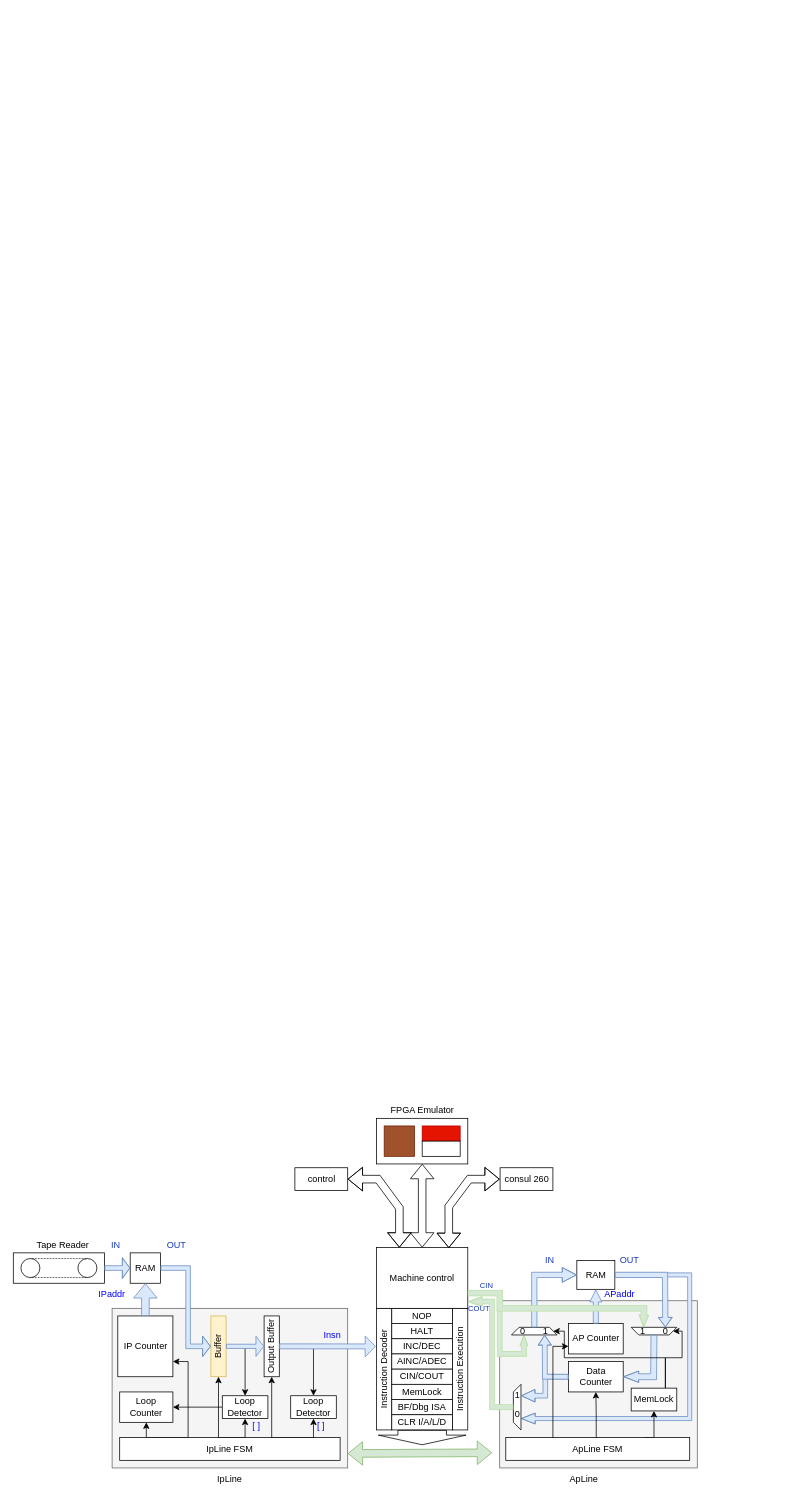
Before: page "DekatronPC" (1 of 6) of doc/DekatronPC.drawio in radiolok/dekatronpc, a draw.io diagram. Source tidied: cells renumbered, new cells numbered last; positions are measured from the earlier drawing's top-left corner, leaving out a move shared by most shapes. Both pictures are drawn from the tidied source at 76%, with x=0, y=0 at pixel (13, 1103).
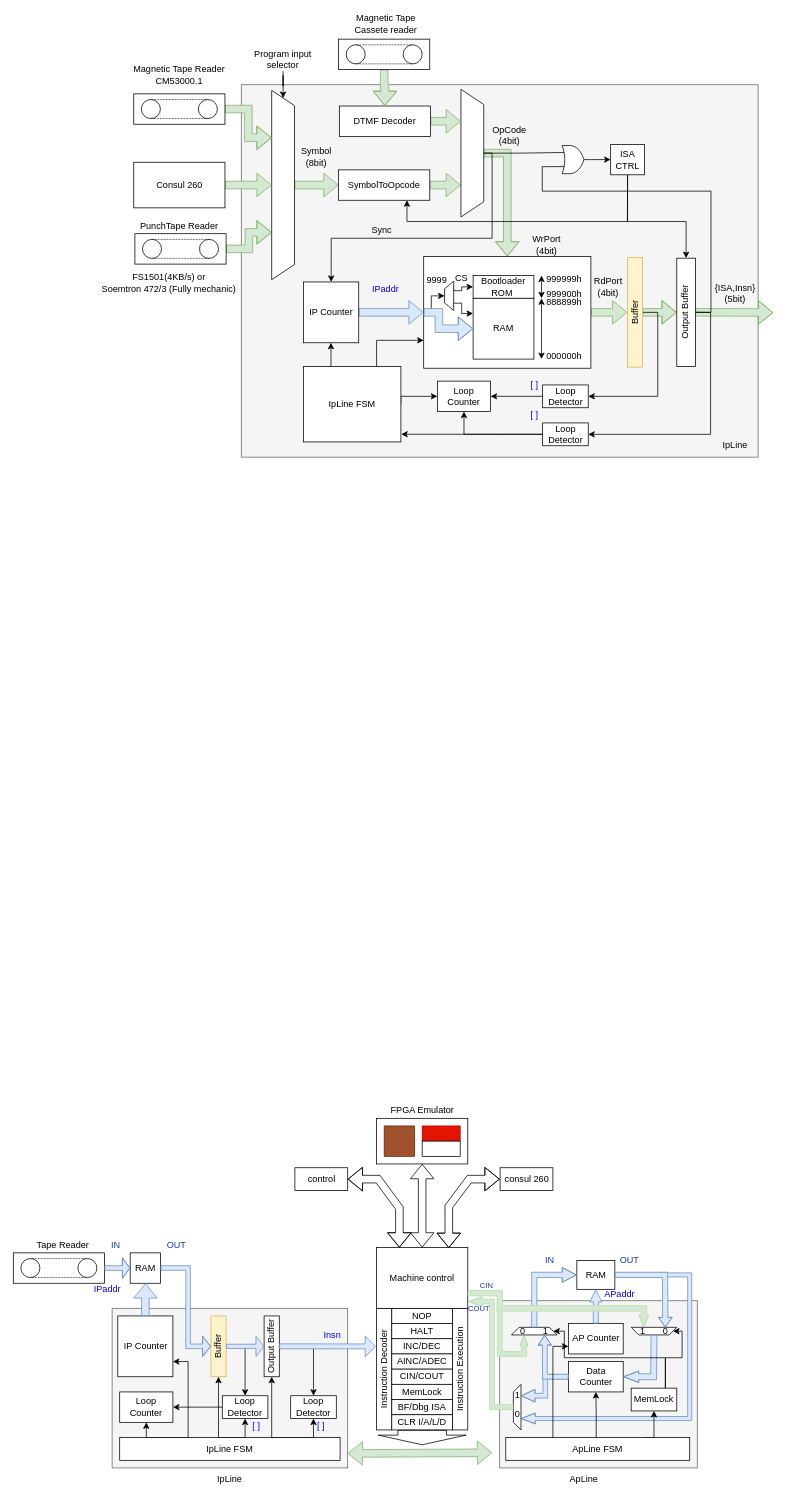
Above is the later version.

Change to the diagram source:
```diff
@@
+    <mxCell id="93" style="rounded=0;whiteSpace=wrap;html=1;fillColor=#f5f5f5;fontColor=#333333;strokeColor=#666666;" parent="1" vertex="1">
+      <mxGeometry x="300" y="-1340" width="680" height="490" as="geometry" />
+    </mxCell>
+    <mxCell id="94" style="edgeStyle=orthogonalEdgeStyle;rounded=0;jettySize=auto;html=1;exitX=1;exitY=0.5;exitDx=0;exitDy=0;fillColor=#d5e8d4;strokeColor=#82b366;shape=flexArrow;" parent="1" edge="1" source="95" target="148">
+      <mxGeometry relative="1" as="geometry" />
+    </mxCell>
+    <mxCell id="95" style="rounded=0;whiteSpace=wrap;html=1;" parent="1" vertex="1">
+      <mxGeometry x="540" y="-1114" width="220" height="147" as="geometry" />
+    </mxCell>
@@
     <mxCell id="27" value="IPaddr" style="text;html=1;strokeColor=none;fillColor=none;align=center;verticalAlign=middle;whiteSpace=wrap;rounded=0;fontColor=#0000FF;" parent="1" vertex="1">
-      <mxGeometry x="100" y="237" width="60" height="30" as="geometry" />
+      <mxGeometry x="93.8" y="230" width="60" height="30" as="geometry" />
     </mxCell>
@@
+    <mxCell id="96" value="Bootloader ROM&amp;nbsp;" style="rounded=0;whiteSpace=wrap;html=1;" parent="1" vertex="1">
+      <mxGeometry x="605" y="-1089" width="80" height="30" as="geometry" />
+    </mxCell>
+    <mxCell id="97" style="edgeStyle=orthogonalEdgeStyle;rounded=0;jettySize=auto;html=1;entryX=0.75;entryY=1;entryDx=0;entryDy=0;shape=flexArrow;fillColor=#d5e8d4;strokeColor=#82b366;" parent="1" edge="1" source="98" target="124">
+      <mxGeometry relative="1" as="geometry" />
+    </mxCell>
+    <mxCell id="98" style="verticalLabelPosition=bottom;outlineConnect=0;align=center;dashed=0;html=1;verticalAlign=top;shape=mxgraph.pid.misc.conveyor_(chain,_closed);" parent="1" vertex="1">
+      <mxGeometry x="160" y="-1144" width="120" height="40" as="geometry" />
+    </mxCell>
+    <mxCell id="99" value="Magnetic Tape Cassete reader" style="text;html=1;strokeColor=none;fillColor=none;align=center;verticalAlign=middle;whiteSpace=wrap;rounded=0;" parent="1" vertex="1">
+      <mxGeometry x="428" y="-1430" width="124.5" height="20" as="geometry" />
+    </mxCell>
+    <mxCell id="100" value="IpLine" style="text;html=1;strokeColor=none;fillColor=none;align=center;verticalAlign=middle;whiteSpace=wrap;rounded=0;" parent="1" vertex="1">
+      <mxGeometry x="920" y="-880" width="60" height="30" as="geometry" />
+    </mxCell>
+    <mxCell id="101" value="RAM" style="rounded=0;whiteSpace=wrap;html=1;" parent="1" vertex="1">
+      <mxGeometry x="605" y="-1059" width="80" height="80" as="geometry" />
+    </mxCell>
+    <mxCell id="102" style="endArrow=classic;startArrow=classic;html=1;rounded=0;" parent="1" edge="1">
+      <mxGeometry relative="1" as="geometry">
+        <mxPoint x="695" y="-979" as="sourcePoint" />
+        <mxPoint x="695" y="-1059" as="targetPoint" />
+      </mxGeometry>
+    </mxCell>
+    <mxCell id="103" style="endArrow=classic;startArrow=classic;html=1;rounded=0;" parent="1" edge="1">
+      <mxGeometry relative="1" as="geometry">
+        <mxPoint x="695" y="-1059" as="sourcePoint" />
+        <mxPoint x="695" y="-1089" as="targetPoint" />
+      </mxGeometry>
+    </mxCell>
+    <mxCell id="104" value="000000h" style="text;html=1;strokeColor=none;fillColor=none;align=center;verticalAlign=middle;whiteSpace=wrap;rounded=0;" parent="1" vertex="1">
+      <mxGeometry x="695" y="-997" width="60" height="30" as="geometry" />
+    </mxCell>
+    <mxCell id="105" value="999900h" style="text;html=1;strokeColor=none;fillColor=none;align=center;verticalAlign=middle;whiteSpace=wrap;rounded=0;" parent="1" vertex="1">
+      <mxGeometry x="695" y="-1079" width="60" height="30" as="geometry" />
+    </mxCell>
+    <mxCell id="106" value="888899h" style="text;html=1;strokeColor=none;fillColor=none;align=center;verticalAlign=middle;whiteSpace=wrap;rounded=0;" parent="1" vertex="1">
+      <mxGeometry x="695" y="-1069" width="60" height="30" as="geometry" />
+    </mxCell>
+    <mxCell id="107" value="999999h" style="text;html=1;strokeColor=none;fillColor=none;align=center;verticalAlign=middle;whiteSpace=wrap;rounded=0;" parent="1" vertex="1">
+      <mxGeometry x="695" y="-1099" width="60" height="30" as="geometry" />
+    </mxCell>
+    <mxCell id="108" style="edgeStyle=orthogonalEdgeStyle;rounded=0;jettySize=auto;html=1;exitX=1;exitY=0.5;exitDx=0;exitDy=0;entryX=0;entryY=0.5;entryDx=0;entryDy=0;shape=flexArrow;fillColor=#dae8fc;strokeColor=#6c8ebf;" parent="1" edge="1" source="109" target="95">
+      <mxGeometry relative="1" as="geometry" />
+    </mxCell>
+    <mxCell id="109" value="IP Counter" style="rounded=0;whiteSpace=wrap;html=1;" parent="1" vertex="1">
+      <mxGeometry x="382" y="-1080.5" width="72.5" height="80" as="geometry" />
+    </mxCell>
+    <mxCell id="110" style="edgeStyle=orthogonalEdgeStyle;rounded=0;jettySize=auto;html=1;exitX=0.75;exitY=1;exitDx=0;exitDy=0;" parent="1" edge="1" source="112" target="96">
+      <mxGeometry relative="1" as="geometry">
+        <Array as="points">
+          <mxPoint x="590" y="-1069" />
+          <mxPoint x="590" y="-1074" />
+        </Array>
+      </mxGeometry>
+    </mxCell>
+    <mxCell id="111" style="edgeStyle=orthogonalEdgeStyle;rounded=0;jettySize=auto;html=1;exitX=0.25;exitY=1;exitDx=0;exitDy=0;entryX=0;entryY=0.25;entryDx=0;entryDy=0;" parent="1" edge="1" source="112" target="101">
+      <mxGeometry relative="1" as="geometry">
+        <Array as="points">
+          <mxPoint x="590" y="-1053" />
+          <mxPoint x="590" y="-1039" />
+        </Array>
+      </mxGeometry>
+    </mxCell>
+    <mxCell id="112" style="shape=trapezoid;perimeter=trapezoidPerimeter;whiteSpace=wrap;html=1;fixedSize=1;size=10;rotation=-90;" parent="1" vertex="1">
+      <mxGeometry x="554.2" y="-1068.2" width="38.5" height="12" as="geometry" />
+    </mxCell>
+    <mxCell id="113" value="CS" style="text;html=1;strokeColor=none;fillColor=none;align=center;verticalAlign=middle;whiteSpace=wrap;rounded=0;" parent="1" vertex="1">
+      <mxGeometry x="580" y="-1090.5" width="20" height="10" as="geometry" />
+    </mxCell>
+    <mxCell id="114" value="IPaddr" style="text;html=1;strokeColor=none;fillColor=none;align=center;verticalAlign=middle;whiteSpace=wrap;rounded=0;fontColor=#0000FF;" parent="1" vertex="1">
+      <mxGeometry x="460.2" y="-1086.2" width="60" height="30" as="geometry" />
+    </mxCell>
+    <mxCell id="115" style="edgeStyle=orthogonalEdgeStyle;rounded=0;jettySize=auto;html=1;exitX=0;exitY=0.5;exitDx=0;exitDy=0;entryX=0.5;entryY=0;entryDx=0;entryDy=0;" parent="1" edge="1" source="95" target="112">
+      <mxGeometry relative="1" as="geometry">
+        <Array as="points">
+          <mxPoint x="550" y="-1040" />
+          <mxPoint x="550" y="-1062" />
+        </Array>
+      </mxGeometry>
+    </mxCell>
+    <mxCell id="116" style="edgeStyle=orthogonalEdgeStyle;rounded=0;jettySize=auto;html=1;exitX=0;exitY=0.5;exitDx=0;exitDy=0;entryX=0;entryY=0.5;entryDx=0;entryDy=0;shape=flexArrow;fillColor=#dae8fc;strokeColor=#6c8ebf;" parent="1" edge="1" source="95" target="101">
+      <mxGeometry relative="1" as="geometry">
+        <Array as="points">
+          <mxPoint x="560" y="-1040" />
+          <mxPoint x="560" y="-1019" />
+        </Array>
+      </mxGeometry>
+    </mxCell>
+    <mxCell id="117" value="9999" style="text;html=1;strokeColor=none;fillColor=none;align=center;verticalAlign=middle;whiteSpace=wrap;rounded=0;" parent="1" vertex="1">
+      <mxGeometry x="545" y="-1089" width="25" height="12" as="geometry" />
+    </mxCell>
+    <mxCell id="118" value="Sync" style="text;html=1;strokeColor=none;fillColor=none;align=center;verticalAlign=middle;whiteSpace=wrap;rounded=0;" parent="1" vertex="1">
+      <mxGeometry x="454.5" y="-1164" width="60" height="30" as="geometry" />
+    </mxCell>
+    <mxCell id="119" value="Symbol&lt;br&gt;(8bit)" style="text;html=1;strokeColor=none;fillColor=none;align=center;verticalAlign=middle;whiteSpace=wrap;rounded=0;" parent="1" vertex="1">
+      <mxGeometry x="369" y="-1260" width="60" height="30" as="geometry" />
+    </mxCell>
+    <mxCell id="120" style="edgeStyle=orthogonalEdgeStyle;rounded=0;jettySize=auto;html=1;exitX=1;exitY=0.5;exitDx=0;exitDy=0;entryX=0.75;entryY=1;entryDx=0;entryDy=0;shape=flexArrow;fillColor=#d5e8d4;strokeColor=#82b366;" parent="1" edge="1" source="121" target="134">
+      <mxGeometry relative="1" as="geometry" />
+    </mxCell>
+    <mxCell id="121" value="SymbolToOpcode" style="rounded=0;whiteSpace=wrap;html=1;" parent="1" vertex="1">
+      <mxGeometry x="428" y="-1228" width="120" height="40" as="geometry" />
+    </mxCell>
+    <mxCell id="122" value="OpCode&lt;br&gt;(4bit)" style="text;html=1;strokeColor=none;fillColor=none;align=center;verticalAlign=middle;whiteSpace=wrap;rounded=0;" parent="1" vertex="1">
+      <mxGeometry x="623.2" y="-1288" width="60" height="30" as="geometry" />
+    </mxCell>
+    <mxCell id="123" style="edgeStyle=orthogonalEdgeStyle;rounded=0;jettySize=auto;html=1;exitX=0.5;exitY=0;exitDx=0;exitDy=0;shape=flexArrow;fillColor=#d5e8d4;strokeColor=#82b366;" parent="1" edge="1" source="124" target="121">
+      <mxGeometry relative="1" as="geometry" />
+    </mxCell>
+    <mxCell id="124" style="shape=trapezoid;perimeter=trapezoidPerimeter;whiteSpace=wrap;html=1;fixedSize=1;rotation=90;" parent="1" vertex="1">
+      <mxGeometry x="230.5" y="-1223" width="249" height="30" as="geometry" />
+    </mxCell>
+    <mxCell id="125" style="edgeStyle=orthogonalEdgeStyle;rounded=0;jettySize=auto;html=1;exitX=1;exitY=0.5;exitDx=0;exitDy=0;entryX=0.5;entryY=1;entryDx=0;entryDy=0;shape=flexArrow;fillColor=#d5e8d4;strokeColor=#82b366;" parent="1" edge="1" source="126" target="124">
+      <mxGeometry relative="1" as="geometry" />
+    </mxCell>
+    <mxCell id="126" value="Consul 260" style="rounded=0;whiteSpace=wrap;html=1;" parent="1" vertex="1">
+      <mxGeometry x="158.5" y="-1238" width="120" height="60" as="geometry" />
+    </mxCell>
+    <mxCell id="127" value="WrPort&lt;br&gt;(4bit)" style="text;html=1;strokeColor=none;fillColor=none;align=center;verticalAlign=middle;whiteSpace=wrap;rounded=0;" parent="1" vertex="1">
+      <mxGeometry x="672" y="-1144" width="60" height="30" as="geometry" />
+    </mxCell>
+    <mxCell id="128" value="FS1501(4KB/s) or&lt;br&gt;Soemtron 472/3 (Fully mechanic)" style="text;html=1;strokeColor=none;fillColor=none;align=center;verticalAlign=middle;whiteSpace=wrap;rounded=0;" parent="1" vertex="1">
+      <mxGeometry x="100" y="-1117" width="210" height="76" as="geometry" />
+    </mxCell>
+    <mxCell id="129" style="edgeStyle=orthogonalEdgeStyle;rounded=0;jettySize=auto;html=1;entryX=0;entryY=0.5;entryDx=0;entryDy=0;" parent="1" edge="1" source="130" target="124">
+      <mxGeometry relative="1" as="geometry" />
+    </mxCell>
+    <mxCell id="130" value="Program input selector" style="text;html=1;strokeColor=none;fillColor=none;align=center;verticalAlign=middle;whiteSpace=wrap;rounded=0;" parent="1" vertex="1">
+      <mxGeometry x="301" y="-1388" width="108" height="30" as="geometry" />
+    </mxCell>
+    <mxCell id="131" style="edgeStyle=orthogonalEdgeStyle;rounded=0;jettySize=auto;html=1;exitX=0.5;exitY=0;exitDx=0;exitDy=0;entryX=0.5;entryY=0;entryDx=0;entryDy=0;shape=flexArrow;fillColor=#d5e8d4;strokeColor=#82b366;" parent="1" edge="1" source="134" target="95">
+      <mxGeometry relative="1" as="geometry" />
+    </mxCell>
+    <mxCell id="132" style="edgeStyle=orthogonalEdgeStyle;rounded=0;jettySize=auto;html=1;exitX=0.5;exitY=0;exitDx=0;exitDy=0;entryX=0.5;entryY=0;entryDx=0;entryDy=0;" parent="1" edge="1" source="134" target="109">
+      <mxGeometry relative="1" as="geometry">
+        <Array as="points">
+          <mxPoint x="630" y="-1250" />
+          <mxPoint x="630" y="-1138" />
+          <mxPoint x="418" y="-1138" />
+        </Array>
+      </mxGeometry>
+    </mxCell>
+    <mxCell id="133" style="edgeStyle=orthogonalEdgeStyle;rounded=0;jettySize=auto;html=1;exitX=0.5;exitY=0;exitDx=0;exitDy=0;entryX=0;entryY=0.25;entryDx=0;entryDy=0;entryPerimeter=0;endArrow=none;endFill=0;" parent="1" edge="1" source="134" target="168">
+      <mxGeometry relative="1" as="geometry" />
+    </mxCell>
+    <mxCell id="134" style="shape=trapezoid;perimeter=trapezoidPerimeter;whiteSpace=wrap;html=1;fixedSize=1;rotation=90;" parent="1" vertex="1">
+      <mxGeometry x="520" y="-1265" width="168" height="30" as="geometry" />
+    </mxCell>
+    <mxCell id="135" style="edgeStyle=orthogonalEdgeStyle;rounded=0;jettySize=auto;html=1;exitX=1;exitY=0.5;exitDx=0;exitDy=0;entryX=0.25;entryY=1;entryDx=0;entryDy=0;fillColor=#d5e8d4;strokeColor=#82b366;shape=flexArrow;" parent="1" edge="1" source="136" target="134">
+      <mxGeometry relative="1" as="geometry" />
+    </mxCell>
+    <mxCell id="136" value="DTMF Decoder" style="rounded=0;whiteSpace=wrap;html=1;" parent="1" vertex="1">
+      <mxGeometry x="429" y="-1312" width="120" height="40" as="geometry" />
+    </mxCell>
+    <mxCell id="137" style="edgeStyle=orthogonalEdgeStyle;rounded=0;jettySize=auto;html=1;shape=flexArrow;fillColor=#d5e8d4;strokeColor=#82b366;" parent="1" edge="1" source="138" target="136">
+      <mxGeometry relative="1" as="geometry" />
+    </mxCell>
+    <mxCell id="138" style="verticalLabelPosition=bottom;outlineConnect=0;align=center;dashed=0;html=1;verticalAlign=top;shape=mxgraph.pid.misc.conveyor_(chain,_closed);" parent="1" vertex="1">
+      <mxGeometry x="428" y="-1400" width="120" height="40" as="geometry" />
+    </mxCell>
+    <mxCell id="139" value="PunchTape Reader" style="text;html=1;strokeColor=none;fillColor=none;align=center;verticalAlign=middle;whiteSpace=wrap;rounded=0;" parent="1" vertex="1">
+      <mxGeometry x="166" y="-1164" width="105" height="20" as="geometry" />
+    </mxCell>
+    <mxCell id="140" style="edgeStyle=orthogonalEdgeStyle;rounded=0;jettySize=auto;html=1;entryX=0.25;entryY=1;entryDx=0;entryDy=0;shape=flexArrow;fillColor=#d5e8d4;strokeColor=#82b366;" parent="1" edge="1" source="141" target="124">
+      <mxGeometry relative="1" as="geometry" />
+    </mxCell>
+    <mxCell id="141" style="verticalLabelPosition=bottom;outlineConnect=0;align=center;dashed=0;html=1;verticalAlign=top;shape=mxgraph.pid.misc.conveyor_(chain,_closed);" parent="1" vertex="1">
+      <mxGeometry x="158.5" y="-1328" width="120" height="40" as="geometry" />
+    </mxCell>
+    <mxCell id="142" value="Magnetic Tape Reader&lt;br&gt;CM53000.1" style="text;html=1;strokeColor=none;fillColor=none;align=center;verticalAlign=middle;whiteSpace=wrap;rounded=0;" parent="1" vertex="1">
+      <mxGeometry x="137" y="-1368" width="163" height="30" as="geometry" />
+    </mxCell>
+    <mxCell id="143" style="edgeStyle=orthogonalEdgeStyle;rounded=0;jettySize=auto;html=1;exitX=0.5;exitY=1;exitDx=0;exitDy=0;entryX=0.75;entryY=1;entryDx=0;entryDy=0;" parent="1" edge="1" source="145" target="121">
+      <mxGeometry relative="1" as="geometry">
+        <Array as="points">
+          <mxPoint x="808" y="-1230" />
+          <mxPoint x="808" y="-1230" />
+          <mxPoint x="808" y="-1160" />
+          <mxPoint x="518" y="-1160" />
+        </Array>
+      </mxGeometry>
+    </mxCell>
+    <mxCell id="144" style="edgeStyle=orthogonalEdgeStyle;rounded=0;jettySize=auto;html=1;exitX=0.5;exitY=1;exitDx=0;exitDy=0;entryX=0.5;entryY=0;entryDx=0;entryDy=0;" parent="1" edge="1" source="145" target="153">
+      <mxGeometry relative="1" as="geometry">
+        <Array as="points">
+          <mxPoint x="808" y="-1160" />
+          <mxPoint x="885" y="-1160" />
+        </Array>
+      </mxGeometry>
+    </mxCell>
+    <mxCell id="145" value="ISA CTRL" style="rounded=0;whiteSpace=wrap;html=1;" parent="1" vertex="1">
+      <mxGeometry x="786" y="-1261.5" width="44.5" height="40" as="geometry" />
+    </mxCell>
+    <mxCell id="146" style="edgeStyle=orthogonalEdgeStyle;rounded=0;jettySize=auto;html=1;exitX=1;exitY=0.5;exitDx=0;exitDy=0;fillColor=#d5e8d4;strokeColor=#82b366;shape=flexArrow;" parent="1" edge="1" source="148" target="153">
+      <mxGeometry relative="1" as="geometry" />
+    </mxCell>
+    <mxCell id="147" style="edgeStyle=orthogonalEdgeStyle;rounded=0;jettySize=auto;html=1;exitX=1;exitY=0.5;exitDx=0;exitDy=0;entryX=0.5;entryY=0;entryDx=0;entryDy=0;" parent="1" edge="1" source="148" target="155">
+      <mxGeometry relative="1" as="geometry" />
+    </mxCell>
+    <mxCell id="148" value="Buffer" style="rounded=0;whiteSpace=wrap;html=1;horizontal=0;fillColor=#fff2cc;strokeColor=#d6b656;" parent="1" vertex="1">
+      <mxGeometry x="808" y="-1112.5" width="20" height="144" as="geometry" />
+    </mxCell>
+    <mxCell id="149" value="RdPort&lt;br&gt;(4bit)" style="text;html=1;strokeColor=none;fillColor=none;align=center;verticalAlign=middle;whiteSpace=wrap;rounded=0;" parent="1" vertex="1">
+      <mxGeometry x="753" y="-1089" width="60" height="30" as="geometry" />
+    </mxCell>
+    <mxCell id="150" style="edgeStyle=orthogonalEdgeStyle;rounded=0;jettySize=auto;html=1;exitX=1;exitY=0.5;exitDx=0;exitDy=0;fillColor=#d5e8d4;strokeColor=#82b366;shape=flexArrow;" parent="1" edge="1" source="153">
+      <mxGeometry relative="1" as="geometry">
+        <mxPoint x="1000" y="-1040.2" as="targetPoint" />
+      </mxGeometry>
+    </mxCell>
+    <mxCell id="151" style="edgeStyle=orthogonalEdgeStyle;rounded=0;jettySize=auto;html=1;exitX=1;exitY=0.5;exitDx=0;exitDy=0;entryX=0.5;entryY=0;entryDx=0;entryDy=0;" parent="1" edge="1" source="153" target="158">
+      <mxGeometry relative="1" as="geometry" />
+    </mxCell>
+    <mxCell id="152" style="edgeStyle=orthogonalEdgeStyle;rounded=0;jettySize=auto;html=1;exitX=1;exitY=0.5;exitDx=0;exitDy=0;entryX=0;entryY=0.75;entryDx=0;entryDy=0;entryPerimeter=0;endArrow=none;endFill=0;" parent="1" edge="1" source="153" target="168">
+      <mxGeometry relative="1" as="geometry">
+        <Array as="points">
+          <mxPoint x="918" y="-1041" />
+          <mxPoint x="918" y="-1200" />
+          <mxPoint x="696" y="-1200" />
+          <mxPoint x="696" y="-1232" />
+        </Array>
+      </mxGeometry>
+    </mxCell>
+    <mxCell id="153" value="Output Buffer" style="rounded=0;whiteSpace=wrap;html=1;horizontal=0;" parent="1" vertex="1">
+      <mxGeometry x="873" y="-1111.8" width="24.5" height="142.5" as="geometry" />
+    </mxCell>
+    <mxCell id="154" style="edgeStyle=orthogonalEdgeStyle;rounded=0;jettySize=auto;html=1;exitX=0.5;exitY=1;exitDx=0;exitDy=0;" parent="1" edge="1" source="155" target="161">
+      <mxGeometry relative="1" as="geometry" />
+    </mxCell>
+    <mxCell id="155" value="Loop Detector" style="rounded=0;whiteSpace=wrap;html=1;horizontal=0;rotation=90;" parent="1" vertex="1">
+      <mxGeometry x="711.5" y="-960" width="30" height="60" as="geometry" />
+    </mxCell>
+    <mxCell id="156" style="edgeStyle=orthogonalEdgeStyle;rounded=0;jettySize=auto;html=1;exitX=0.5;exitY=1;exitDx=0;exitDy=0;entryX=0.5;entryY=1;entryDx=0;entryDy=0;" parent="1" edge="1" source="158" target="161">
+      <mxGeometry relative="1" as="geometry" />
+    </mxCell>
+    <mxCell id="157" style="edgeStyle=orthogonalEdgeStyle;rounded=0;jettySize=auto;html=1;exitX=0.5;exitY=1;exitDx=0;exitDy=0;entryX=1.003;entryY=0.898;entryDx=0;entryDy=0;entryPerimeter=0;" parent="1" edge="1" source="158" target="165">
+      <mxGeometry relative="1" as="geometry">
+        <Array as="points">
+          <mxPoint x="510" y="-880" />
+        </Array>
+      </mxGeometry>
+    </mxCell>
+    <mxCell id="158" value="Loop Detector" style="rounded=0;whiteSpace=wrap;html=1;horizontal=0;rotation=90;" parent="1" vertex="1">
+      <mxGeometry x="711.5" y="-910" width="30" height="60" as="geometry" />
+    </mxCell>
+    <mxCell id="159" value="[ ]" style="text;html=1;strokeColor=none;fillColor=none;align=center;verticalAlign=middle;whiteSpace=wrap;rounded=0;fontColor=#0000FF;" parent="1" vertex="1">
+      <mxGeometry x="655.5" y="-960" width="60" height="30" as="geometry" />
+    </mxCell>
+    <mxCell id="160" value="[ ]" style="text;html=1;strokeColor=none;fillColor=none;align=center;verticalAlign=middle;whiteSpace=wrap;rounded=0;fontColor=#0000FF;" parent="1" vertex="1">
+      <mxGeometry x="655.5" y="-920" width="60" height="30" as="geometry" />
+    </mxCell>
+    <mxCell id="161" value="Loop Counter" style="rounded=0;whiteSpace=wrap;html=1;" parent="1" vertex="1">
+      <mxGeometry x="558" y="-950" width="70" height="40" as="geometry" />
+    </mxCell>
+    <mxCell id="162" style="edgeStyle=orthogonalEdgeStyle;rounded=0;jettySize=auto;html=1;exitX=0.25;exitY=0;exitDx=0;exitDy=0;" parent="1" edge="1" source="165" target="109">
+      <mxGeometry relative="1" as="geometry">
+        <Array as="points">
+          <mxPoint x="418" y="-969" />
+        </Array>
+      </mxGeometry>
+    </mxCell>
+    <mxCell id="163" style="edgeStyle=orthogonalEdgeStyle;rounded=0;jettySize=auto;html=1;exitX=0.75;exitY=0;exitDx=0;exitDy=0;entryX=0;entryY=0.75;entryDx=0;entryDy=0;" parent="1" edge="1" source="165" target="95">
+      <mxGeometry relative="1" as="geometry" />
+    </mxCell>
+    <mxCell id="164" style="edgeStyle=orthogonalEdgeStyle;rounded=0;jettySize=auto;html=1;exitX=1;exitY=0.5;exitDx=0;exitDy=0;" parent="1" edge="1" source="165" target="161">
+      <mxGeometry relative="1" as="geometry">
+        <Array as="points">
+          <mxPoint x="510" y="-930" />
+        </Array>
+      </mxGeometry>
+    </mxCell>
+    <mxCell id="165" value="IpLine FSM" style="rounded=0;whiteSpace=wrap;html=1;" parent="1" vertex="1">
+      <mxGeometry x="382" y="-969.2" width="128" height="99.2" as="geometry" />
+    </mxCell>
+    <mxCell id="166" value="{ISA,Insn}&lt;br&gt;(5bit)" style="text;html=1;strokeColor=none;fillColor=none;align=center;verticalAlign=middle;whiteSpace=wrap;rounded=0;" parent="1" vertex="1">
+      <mxGeometry x="920" y="-1080.5" width="60" height="30" as="geometry" />
+    </mxCell>
+    <mxCell id="167" style="edgeStyle=orthogonalEdgeStyle;rounded=0;jettySize=auto;html=1;exitX=1;exitY=0.5;exitDx=0;exitDy=0;exitPerimeter=0;entryX=0;entryY=0.5;entryDx=0;entryDy=0;" parent="1" edge="1" source="168" target="145">
+      <mxGeometry relative="1" as="geometry" />
+    </mxCell>
+    <mxCell id="168" style="verticalLabelPosition=bottom;shadow=0;dashed=0;align=center;html=1;verticalAlign=top;shape=mxgraph.electrical.logic_gates.logic_gate;operation=or;" parent="1" vertex="1">
+      <mxGeometry x="715.5" y="-1260" width="44" height="37" as="geometry" />
+    </mxCell>
```
